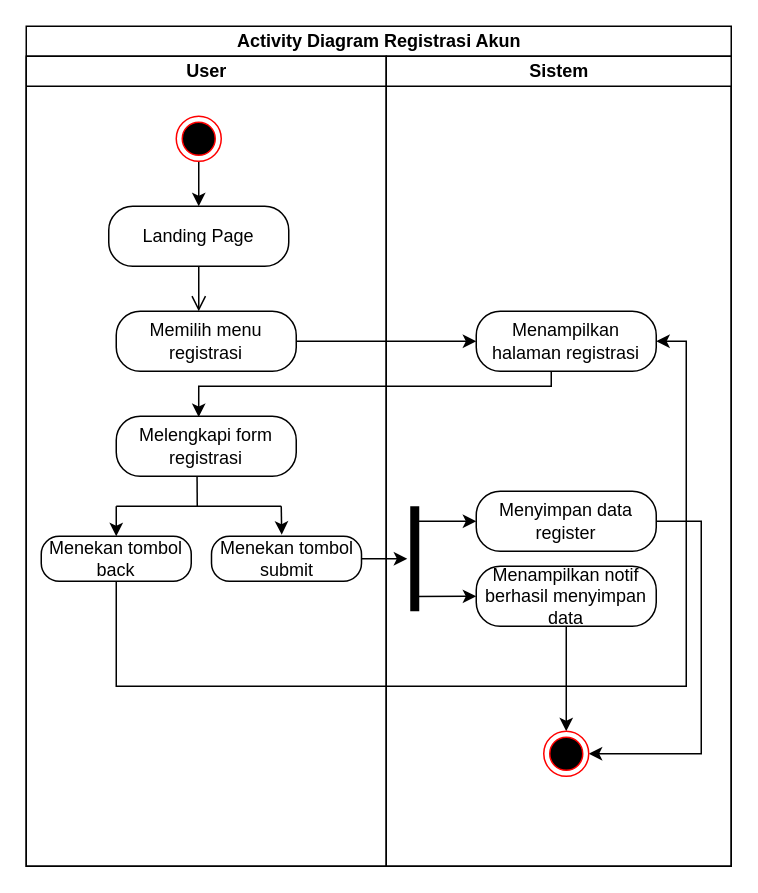
The draw.io diagram activity diagram/All Role/registrasi akun.drawio in Muhamadrafliseptian/rancangan-sistem-dan-dokumen, before the edit. Source tidied: cells renumbered, new cells numbered last; positions are measured from the earlier drawing's top-left corner, leaving out a move shared by most shapes. Both pictures are drawn from the tidied source at 150%, with x=0, y=0 at pixel (26, 26).
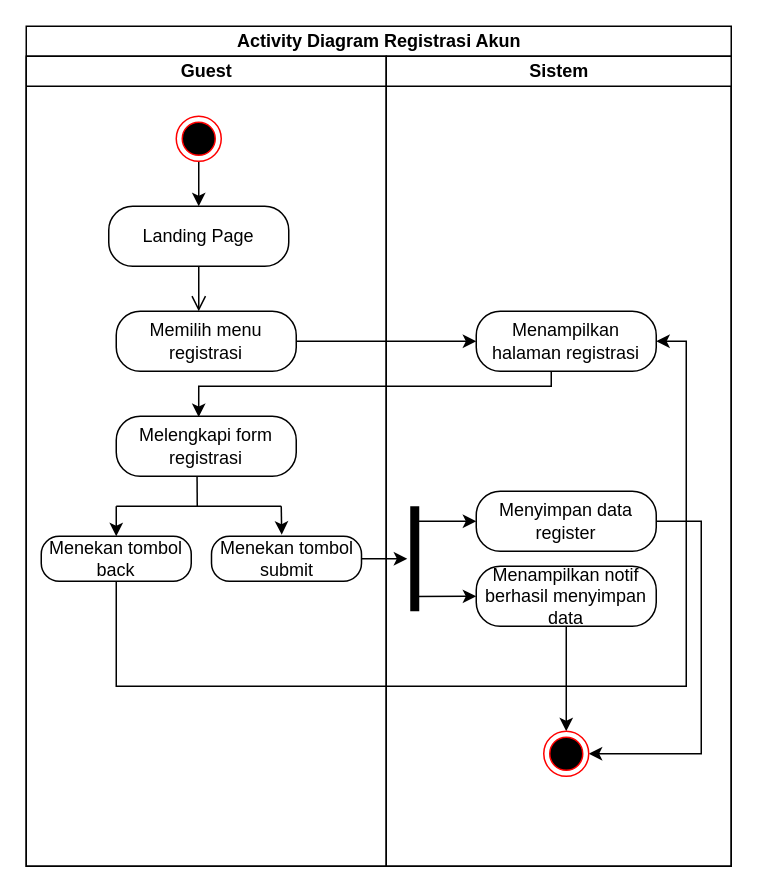
After the change.

The change refers to these unchanged cells:
```xml
<mxCell id="2" value="Activity Diagram Registrasi Akun" style="swimlane;startSize=20;html=1;" parent="1" vertex="1">
  <mxGeometry width="470" height="560" as="geometry" />
</mxCell>
```

Change to the diagram source:
```diff
@@
-    <mxCell id="3" value="User" style="swimlane;startSize=20;html=1;" parent="2" vertex="1">
+    <mxCell id="3" value="Guest" style="swimlane;startSize=20;html=1;" parent="2" vertex="1">
       <mxGeometry y="20" width="240" height="540" as="geometry" />
     </mxCell>
```
